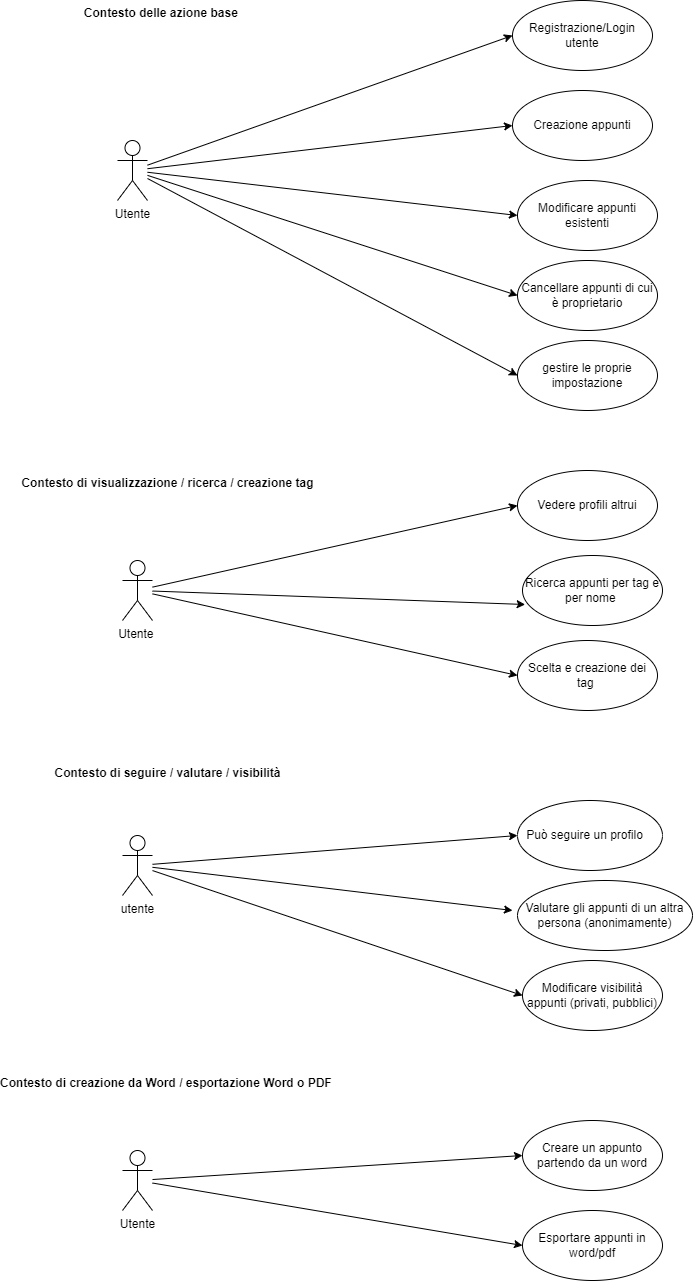
This is assets/schemas/diagrams/SchemaCasiUso.drawio.png from AngeloRipamonti/5C_RipamontiAvvedutoKotisCinquetti_PortaleAppunti, a draw.io export, as it was before one commit. Source tidied: cells renumbered, new cells last; positions are measured from the earlier drawing's top-left corner, leaving out a move shared by most shapes.
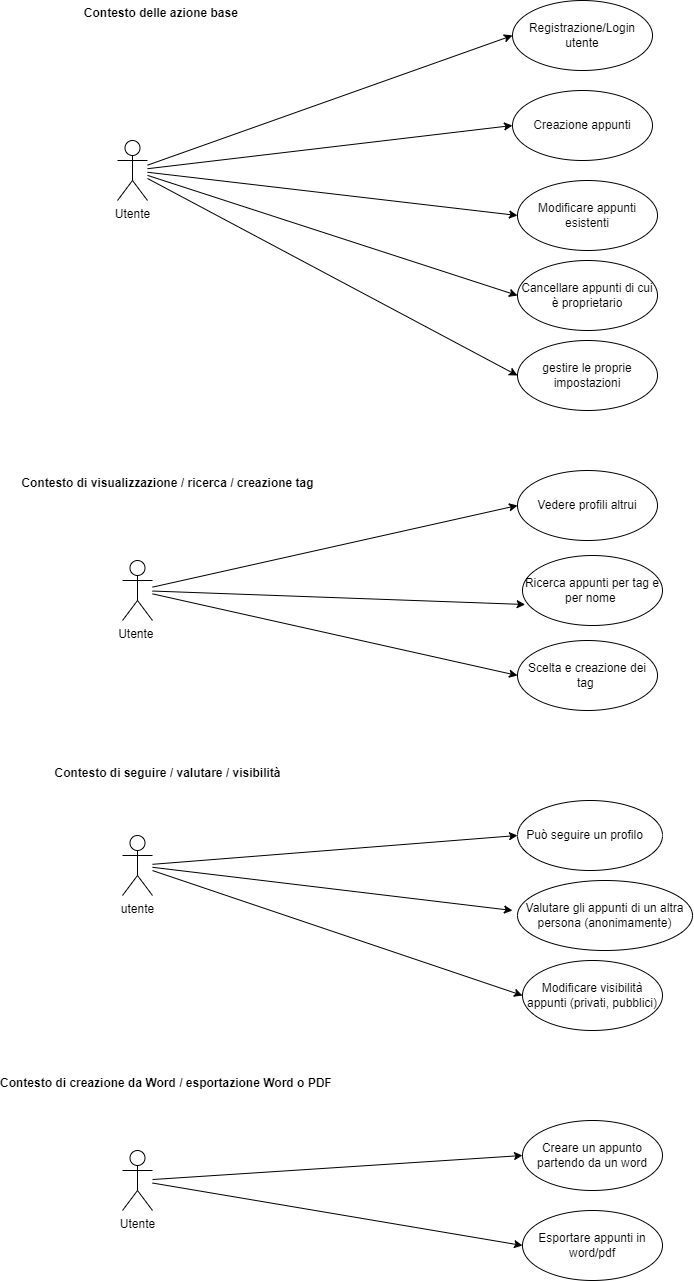
Above is the later version.

What changed in the source:
```diff
@@ -103,7 +103,7 @@
     <mxCell id="34" value="Registrazione/Login utente" style="ellipse;whiteSpace=wrap;html=1;" parent="1" vertex="1">
       <mxGeometry x="495" width="140" height="70" as="geometry" />
     </mxCell>
-    <mxCell id="35" value="gestire le proprie impostazione" style="ellipse;whiteSpace=wrap;html=1;" parent="1" vertex="1">
+    <mxCell id="35" value="gestire le proprie impostazioni" style="ellipse;whiteSpace=wrap;html=1;" parent="1" vertex="1">
       <mxGeometry x="500" y="340" width="140" height="70" as="geometry" />
     </mxCell>
   </root>
```
